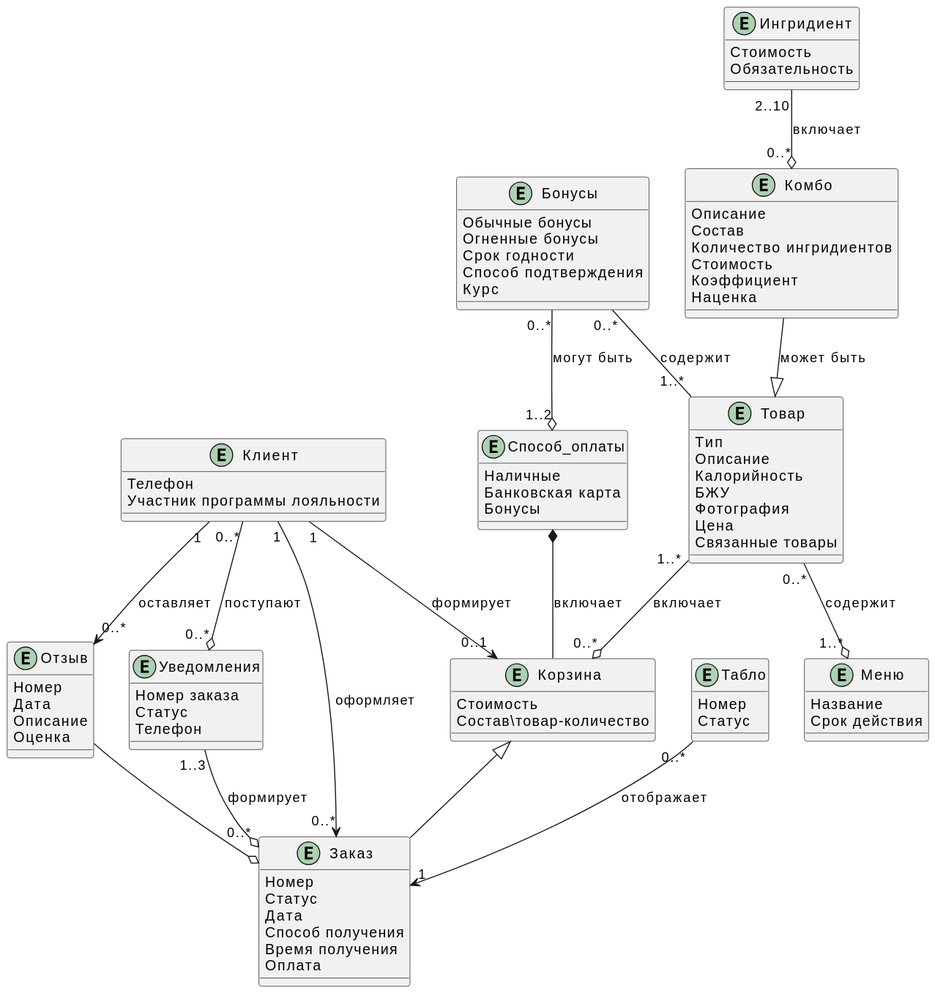
xxx996/OTUS_Restaraunt keeps this PlantUML diagram as docs/diagrams/include/classes.svg. Above is the earlier version.
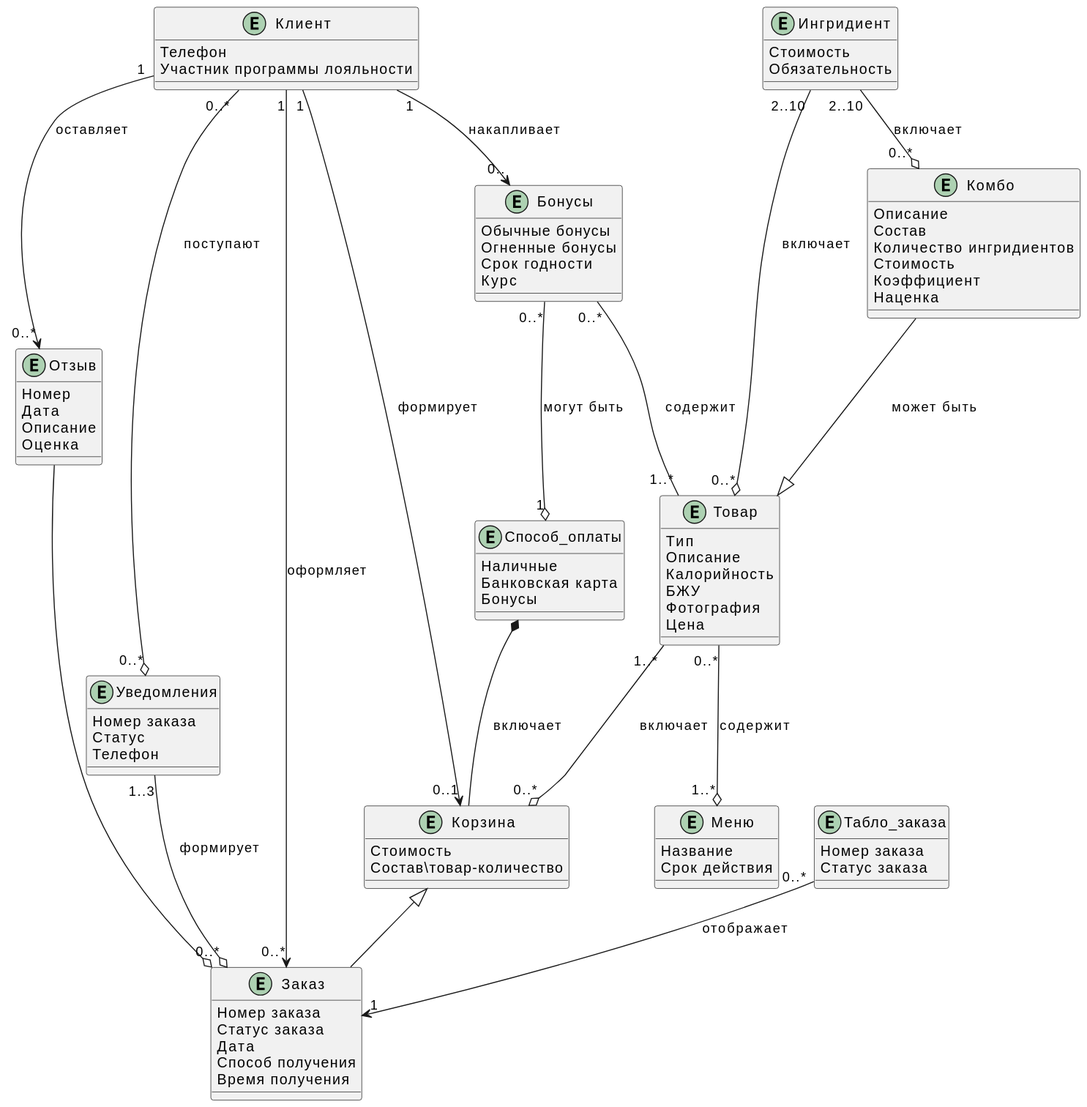
The same file after the commit.

Change to the diagram source:
```diff
@@ -17,7 +17,6 @@
 Обычные бонусы
 Огненные бонусы
 Срок годности
-Способ подтверждения
 Курс
 }
 
@@ -29,12 +28,11 @@
 
 Entity Заказ
 {
-Номер
-Статус
+Номер заказа
+Статус заказа
 Дата
 Способ получения
 Время получения
-Оплата
 }
 
 Entity Товар
@@ -45,7 +43,6 @@
 БЖУ
 Фотография
 Цена
-Связанные товары
 }
 
 Entity Корзина
@@ -88,10 +85,10 @@
 Телефон
 }
 
-Entity Табло
+Entity Табло_заказа
 {
-Номер
-Статус
+Номер заказа
+Статус заказа
 }
 
 
@@ -101,13 +98,15 @@
 Клиент "1" --> "0..1" Корзина: формирует
 Клиент "1" --> "0..*" Отзыв :оставляет
 Клиент "0..*" --o "0..*" Уведомления :поступают
+Клиент "1" --> "0.." Бонусы: накапливает
 Ингридиент "2..10" --o "0..*" Комбо :включает
+Ингридиент "2..10" --o "0..*" Товар :включает
 Комбо --^ Товар: может быть
 Корзина ^-- Заказ
 Способ_оплаты *-- Корзина :включает
-Бонусы "0..*" --o "1..2" Способ_оплаты :могут быть
+Бонусы "0..*" --o "1" Способ_оплаты :могут быть
 Бонусы "0..*" -- "1..*" Товар : содержит
 Отзыв --o Заказ
-Табло "0..*" --> "1" Заказ : отображает
+Табло_заказа "0..*" --> "1" Заказ : отображает
 Уведомления "1..3" --o "0..*" Заказ : формирует
 @enduml
```
